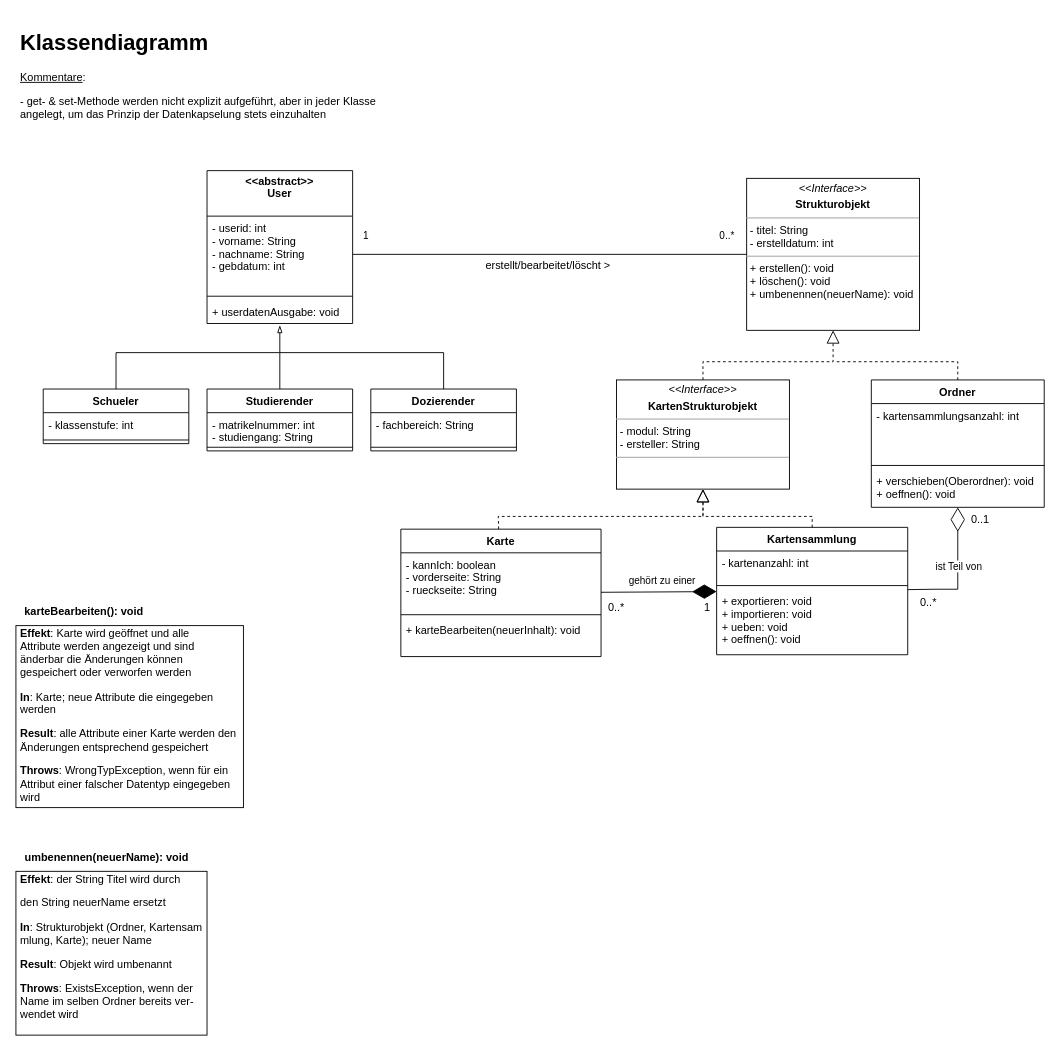
Above: page "Klassendiagramm" (3 of 5) of Modellierungen.drawio in flixoflax/LKVP (draw.io), before the change. Source tidied: cells renumbered, new cells numbered last; positions are measured from the earlier drawing's top-left corner, leaving out a move shared by most shapes. Both pictures are drawn from the tidied source at 91%, with x=0, y=0 at pixel (15, 25).
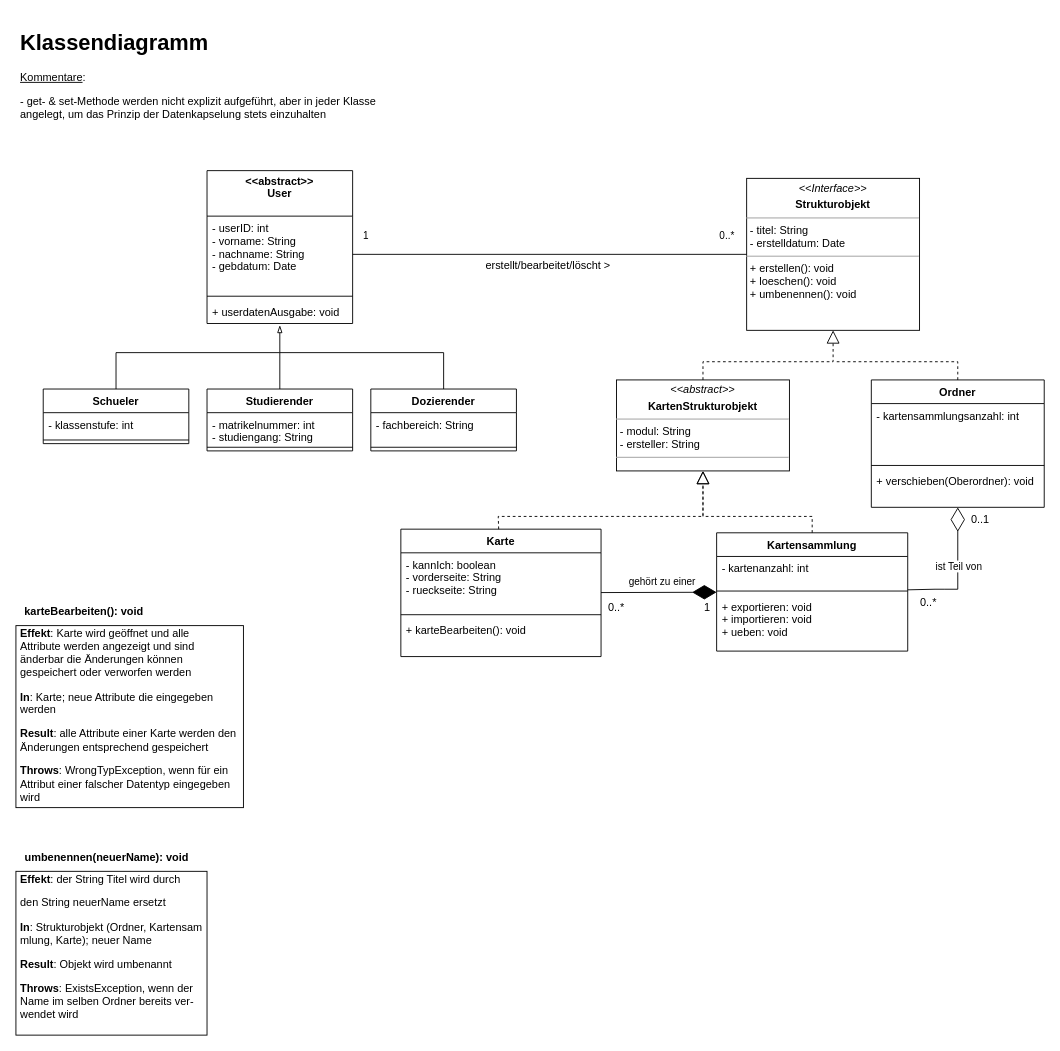
The same page after the edit.

Commit message:
Update Modellierung nach Implementierung des Klassendiagramms

Unchanged cells that the change refers to:
```xml
<mxCell id="2" value="&lt;&lt;abstract&gt;&gt;&#10;User" style="swimlane;fontStyle=1;align=center;verticalAlign=top;horizontal=1;startSize=50;spacing=0;" parent="1" vertex="1">
  <mxGeometry x="210" y="160" width="160" height="168" as="geometry" />
</mxCell>
<mxCell id="16" value="Karte" style="swimlane;fontStyle=1;align=center;verticalAlign=top;horizontal=1;startSize=26;" parent="1" vertex="1">
  <mxGeometry x="423" y="554" width="220" height="140" as="geometry" />
</mxCell>
<mxCell id="25" value="Ordner" style="swimlane;fontStyle=1;align=center;verticalAlign=top;horizontal=1;startSize=26;" parent="1" vertex="1">
  <mxGeometry x="940" y="390" width="190" height="140" as="geometry" />
</mxCell>
```

Diff of the diagram source:
```diff
@@
-    <mxCell id="3" value="- userid: int&#10;- vorname: String&#10;- nachname: String&#10;- gebdatum: int&#10;" style="text;strokeColor=none;fillColor=none;align=left;verticalAlign=top;spacingLeft=4;spacingRight=4;overflow=hidden;points=[[0,0.5],[1,0.5]];portConstraint=eastwest;" parent="2" vertex="1">
+    <mxCell id="3" value="- userID: int&#10;- vorname: String&#10;- nachname: String&#10;- gebdatum: Date&#10;" style="text;strokeColor=none;fillColor=none;align=left;verticalAlign=top;spacingLeft=4;spacingRight=4;overflow=hidden;points=[[0,0.5],[1,0.5]];portConstraint=eastwest;" parent="2" vertex="1">
       <mxGeometry y="50" width="160" height="84" as="geometry" />
     </mxCell>
@@
-    <mxCell id="6" value="&lt;p style=&quot;margin: 0px ; margin-top: 4px ; text-align: center&quot;&gt;&lt;i&gt;&amp;lt;&amp;lt;Interface&amp;gt;&amp;gt;&lt;/i&gt;&lt;/p&gt;&lt;p style=&quot;margin: 0px ; margin-top: 4px ; text-align: center&quot;&gt;&lt;b&gt;Strukturobjekt &lt;/b&gt;&lt;br&gt;&lt;b&gt;&lt;/b&gt;&lt;/p&gt;&lt;hr size=&quot;1&quot;&gt;&lt;p style=&quot;margin: 0px ; margin-left: 4px&quot;&gt;- titel: String&lt;/p&gt;&lt;p style=&quot;margin: 0px ; margin-left: 4px&quot;&gt;- erstelldatum: int&lt;/p&gt;&lt;hr size=&quot;1&quot;&gt;&lt;p style=&quot;margin: 0px ; margin-left: 4px&quot;&gt;+ erstellen(): void&lt;/p&gt;&lt;p style=&quot;margin: 0px ; margin-left: 4px&quot;&gt;+ löschen(): void&lt;/p&gt;&lt;p style=&quot;margin: 0px ; margin-left: 4px&quot;&gt;+ umbenennen(neuerName): void&lt;/p&gt;" style="verticalAlign=top;align=left;overflow=fill;fontSize=12;fontFamily=Helvetica;html=1;" parent="1" vertex="1">
+    <mxCell id="6" value="&lt;p style=&quot;margin: 0px ; margin-top: 4px ; text-align: center&quot;&gt;&lt;i&gt;&amp;lt;&amp;lt;Interface&amp;gt;&amp;gt;&lt;/i&gt;&lt;/p&gt;&lt;p style=&quot;margin: 0px ; margin-top: 4px ; text-align: center&quot;&gt;&lt;b&gt;Strukturobjekt &lt;/b&gt;&lt;br&gt;&lt;b&gt;&lt;/b&gt;&lt;/p&gt;&lt;hr size=&quot;1&quot;&gt;&lt;p style=&quot;margin: 0px ; margin-left: 4px&quot;&gt;- titel: String&lt;/p&gt;&lt;p style=&quot;margin: 0px ; margin-left: 4px&quot;&gt;- erstelldatum: Date&lt;/p&gt;&lt;hr size=&quot;1&quot;&gt;&lt;p style=&quot;margin: 0px ; margin-left: 4px&quot;&gt;+ erstellen(): void&lt;/p&gt;&lt;p style=&quot;margin: 0px ; margin-left: 4px&quot;&gt;+ loeschen(): void&lt;/p&gt;&lt;p style=&quot;margin: 0px ; margin-left: 4px&quot;&gt;+ umbenennen(): void&lt;/p&gt;" style="verticalAlign=top;align=left;overflow=fill;fontSize=12;fontFamily=Helvetica;html=1;" parent="1" vertex="1">
       <mxGeometry x="803" y="168.5" width="190" height="167" as="geometry" />
     </mxCell>
@@
-    <mxCell id="19" value="+ karteBearbeiten(neuerInhalt): void" style="text;strokeColor=none;fillColor=none;align=left;verticalAlign=top;spacingLeft=4;spacingRight=4;overflow=hidden;" parent="16" vertex="1">
+    <mxCell id="19" value="+ karteBearbeiten(): void" style="text;strokeColor=none;fillColor=none;align=left;verticalAlign=top;spacingLeft=4;spacingRight=4;overflow=hidden;" parent="16" vertex="1">
       <mxGeometry y="98" width="220" height="42" as="geometry" />
     </mxCell>
     <mxCell id="20" value="Kartensammlung" style="swimlane;fontStyle=1;align=center;verticalAlign=top;horizontal=1;startSize=26;" parent="1" vertex="1">
-      <mxGeometry x="770" y="552" width="210" height="140" as="geometry" />
+      <mxGeometry x="770" y="558" width="210" height="130" as="geometry" />
     </mxCell>
@@
-    <mxCell id="23" value="+ exportieren: void&#10;+ importieren: void &#10;+ ueben: void&#10;+ oeffnen(): void&#10;&#10;" style="text;strokeColor=none;fillColor=none;align=left;verticalAlign=top;spacingLeft=4;spacingRight=4;overflow=hidden;" parent="20" vertex="1">
-      <mxGeometry y="68" width="210" height="72" as="geometry" />
+    <mxCell id="23" value="+ exportieren: void&#10;+ importieren: void &#10;+ ueben: void&#10;&#10;" style="text;strokeColor=none;fillColor=none;align=left;verticalAlign=top;spacingLeft=4;spacingRight=4;overflow=hidden;" parent="20" vertex="1">
+      <mxGeometry y="68" width="210" height="62" as="geometry" />
     </mxCell>
-    <mxCell id="24" value="&lt;p style=&quot;margin: 0px ; margin-top: 4px ; text-align: center&quot;&gt;&lt;i&gt;&amp;lt;&amp;lt;Interface&amp;gt;&amp;gt;&lt;/i&gt;&lt;/p&gt;&lt;p style=&quot;margin: 0px ; margin-top: 4px ; text-align: center&quot;&gt;&lt;b&gt;KartenStrukturobjekt &lt;/b&gt;&lt;br&gt;&lt;b&gt;&lt;/b&gt;&lt;/p&gt;&lt;hr size=&quot;1&quot;&gt;&lt;p style=&quot;margin: 0px ; margin-left: 4px&quot;&gt;- modul: String&lt;br&gt;- ersteller: String&lt;/p&gt;&lt;hr size=&quot;1&quot;&gt;" style="verticalAlign=top;align=left;overflow=fill;fontSize=12;fontFamily=Helvetica;html=1;" parent="1" vertex="1">
-      <mxGeometry x="660" y="390" width="190" height="120" as="geometry" />
+    <mxCell id="24" value="&lt;p style=&quot;margin: 0px ; margin-top: 4px ; text-align: center&quot;&gt;&lt;i&gt;&amp;lt;&amp;lt;abstract&amp;gt;&amp;gt;&lt;/i&gt;&lt;/p&gt;&lt;p style=&quot;margin: 0px ; margin-top: 4px ; text-align: center&quot;&gt;&lt;b&gt;KartenStrukturobjekt &lt;/b&gt;&lt;br&gt;&lt;b&gt;&lt;/b&gt;&lt;/p&gt;&lt;hr size=&quot;1&quot;&gt;&lt;p style=&quot;margin: 0px ; margin-left: 4px&quot;&gt;- modul: String&lt;br&gt;- ersteller: String&lt;/p&gt;&lt;hr size=&quot;1&quot;&gt;" style="verticalAlign=top;align=left;overflow=fill;fontSize=12;fontFamily=Helvetica;html=1;" parent="1" vertex="1">
+      <mxGeometry x="660" y="390" width="190" height="100" as="geometry" />
     </mxCell>
@@
-    <mxCell id="28" value="+ verschieben(Oberordner): void&#10;+ oeffnen(): void&#10;" style="text;strokeColor=none;fillColor=none;align=left;verticalAlign=top;spacingLeft=4;spacingRight=4;overflow=hidden;" parent="25" vertex="1">
+    <mxCell id="28" value="+ verschieben(Oberordner): void&#10;" style="text;strokeColor=none;fillColor=none;align=left;verticalAlign=top;spacingLeft=4;spacingRight=4;overflow=hidden;" parent="25" vertex="1">
       <mxGeometry y="98" width="190" height="42" as="geometry" />
     </mxCell>
```
